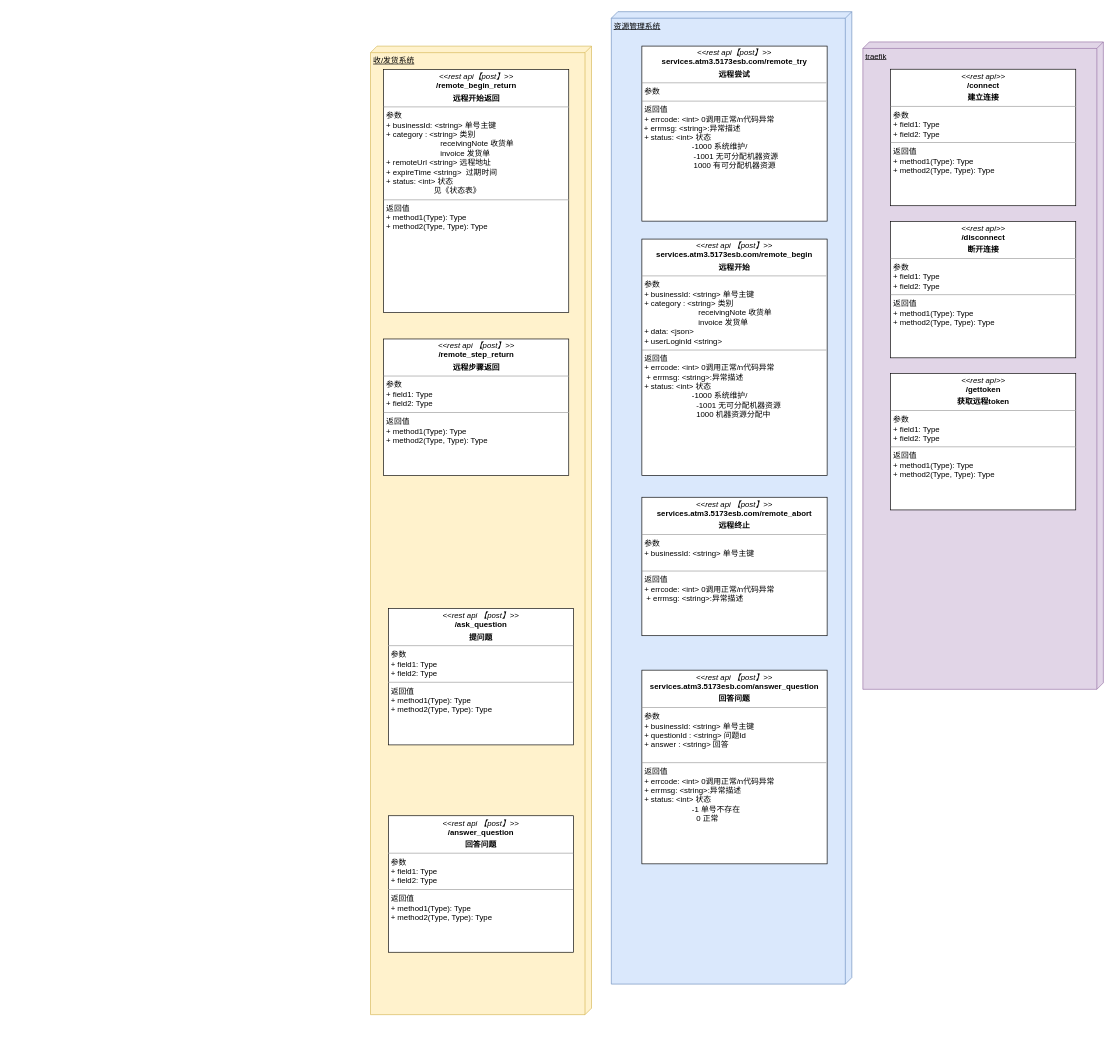
Above: 接口.drawio in yelisheng/atm-design (draw.io), before the change. Source tidied: cells renumbered, new cells numbered last; positions are measured from the earlier drawing's top-left corner, leaving out a move shared by most shapes. Both pictures are drawn from the tidied source at 65%, with x=0, y=0 at pixel (370, 12).
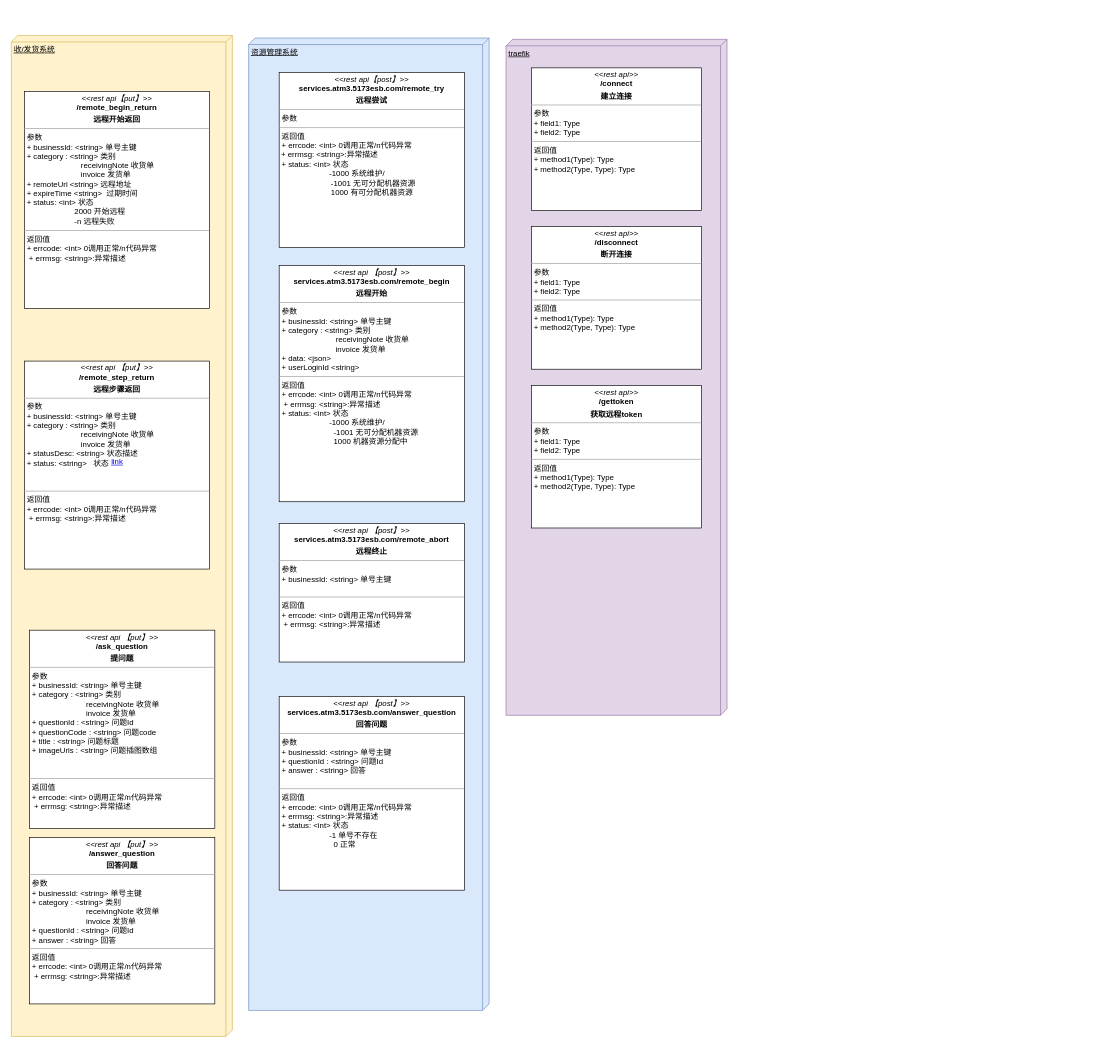
The same page after the edit.

What changed in the source:
```diff
@@
     <mxCell id="5" style="group;" parent="1" vertex="1">
-      <mxGeometry x="0.5" y="52.5" width="340" height="1490" as="geometry" />
+      <mxGeometry x="-552" y="86" width="340" height="1490" as="geometry" />
     </mxCell>
     <mxCell id="6" value="收/发货系统" style="verticalAlign=top;align=left;spacingTop=8;spacingLeft=2;spacingRight=12;shape=cube;size=10;direction=south;fontStyle=4;html=1;fillColor=#fff2cc;strokeColor=#d6b656;" parent="5" vertex="1">
-      <mxGeometry width="340" height="1490" as="geometry" />
+      <mxGeometry y="-50" width="340" height="1540" as="geometry" />
     </mxCell>
-    <mxCell id="7" value="&lt;p style=&quot;margin: 0px ; margin-top: 4px ; text-align: center&quot;&gt;&lt;i&gt;&amp;lt;&amp;lt;rest api【post】&amp;gt;&amp;gt;&lt;/i&gt;&lt;br&gt;&lt;b&gt;/remote_begin_return&lt;/b&gt;&lt;/p&gt;&lt;p style=&quot;margin: 0px ; margin-top: 4px ; text-align: center&quot;&gt;&lt;b&gt;远程开始返回&lt;/b&gt;&lt;/p&gt;&lt;hr size=&quot;1&quot;&gt;&lt;p style=&quot;margin: 0px ; margin-left: 4px&quot;&gt;参数&lt;/p&gt;&lt;p style=&quot;margin: 0px 0px 0px 4px&quot;&gt;+ businessId: &amp;lt;string&amp;gt; 单号主键&lt;/p&gt;&lt;p style=&quot;margin: 0px 0px 0px 4px&quot;&gt;+ category : &amp;lt;string&amp;gt; 类别&amp;nbsp;&lt;/p&gt;&lt;p style=&quot;margin: 0px 0px 0px 4px&quot;&gt;&amp;nbsp; &amp;nbsp; &amp;nbsp; &amp;nbsp; &amp;nbsp; &amp;nbsp; &amp;nbsp; &amp;nbsp; &amp;nbsp; &amp;nbsp; &amp;nbsp; &amp;nbsp; &amp;nbsp;receivingNote 收货单&lt;/p&gt;&lt;p style=&quot;margin: 0px 0px 0px 4px&quot;&gt;&amp;nbsp; &amp;nbsp; &amp;nbsp; &amp;nbsp; &amp;nbsp; &amp;nbsp; &amp;nbsp; &amp;nbsp; &amp;nbsp; &amp;nbsp; &amp;nbsp; &amp;nbsp; &amp;nbsp;invoice 发货单&lt;/p&gt;&lt;p style=&quot;margin: 0px 0px 0px 4px&quot;&gt;+ remoteUrl &amp;lt;string&amp;gt; 远程地址&lt;/p&gt;&lt;p style=&quot;margin: 0px 0px 0px 4px&quot;&gt;+ expireTime &amp;lt;string&amp;gt;&amp;nbsp; 过期时间&lt;/p&gt;&lt;p style=&quot;margin: 0px 0px 0px 4px&quot;&gt;+ status:&lt;span&gt;&amp;nbsp;&lt;/span&gt;&lt;span&gt;&amp;lt;int&amp;gt; 状态&amp;nbsp;&lt;/span&gt;&lt;/p&gt;&lt;p style=&quot;margin: 0px 0px 0px 4px&quot;&gt;&amp;nbsp; &amp;nbsp; &amp;nbsp; &amp;nbsp; &amp;nbsp; &amp;nbsp; &amp;nbsp; &amp;nbsp; &amp;nbsp; &amp;nbsp; &amp;nbsp; 见《状态表》&lt;/p&gt;&lt;hr size=&quot;1&quot;&gt;&lt;p style=&quot;margin: 0px ; margin-left: 4px&quot;&gt;返回值&lt;/p&gt;&lt;p style=&quot;margin: 0px ; margin-left: 4px&quot;&gt;+ method1(Type): Type&lt;br&gt;+ method2(Type, Type): Type&lt;/p&gt;" style="verticalAlign=top;align=left;overflow=fill;fontSize=12;fontFamily=Helvetica;html=1;" parent="5" vertex="1">
-      <mxGeometry x="20" y="36" width="285" height="374" as="geometry" />
+    <mxCell id="7" value="&lt;p style=&quot;margin: 0px ; margin-top: 4px ; text-align: center&quot;&gt;&lt;i&gt;&amp;lt;&amp;lt;rest api【put】&amp;gt;&amp;gt;&lt;/i&gt;&lt;br&gt;&lt;b&gt;/remote_begin_return&lt;/b&gt;&lt;/p&gt;&lt;p style=&quot;margin: 0px ; margin-top: 4px ; text-align: center&quot;&gt;&lt;b&gt;远程开始返回&lt;/b&gt;&lt;/p&gt;&lt;hr size=&quot;1&quot;&gt;&lt;p style=&quot;margin: 0px ; margin-left: 4px&quot;&gt;参数&lt;/p&gt;&lt;p style=&quot;margin: 0px 0px 0px 4px&quot;&gt;+ businessId: &amp;lt;string&amp;gt; 单号主键&lt;/p&gt;&lt;p style=&quot;margin: 0px 0px 0px 4px&quot;&gt;+ category : &amp;lt;string&amp;gt; 类别&amp;nbsp;&lt;/p&gt;&lt;p style=&quot;margin: 0px 0px 0px 4px&quot;&gt;&amp;nbsp; &amp;nbsp; &amp;nbsp; &amp;nbsp; &amp;nbsp; &amp;nbsp; &amp;nbsp; &amp;nbsp; &amp;nbsp; &amp;nbsp; &amp;nbsp; &amp;nbsp; &amp;nbsp;receivingNote 收货单&lt;/p&gt;&lt;p style=&quot;margin: 0px 0px 0px 4px&quot;&gt;&amp;nbsp; &amp;nbsp; &amp;nbsp; &amp;nbsp; &amp;nbsp; &amp;nbsp; &amp;nbsp; &amp;nbsp; &amp;nbsp; &amp;nbsp; &amp;nbsp; &amp;nbsp; &amp;nbsp;invoice 发货单&lt;/p&gt;&lt;p style=&quot;margin: 0px 0px 0px 4px&quot;&gt;+ remoteUrl &amp;lt;string&amp;gt; 远程地址&lt;/p&gt;&lt;p style=&quot;margin: 0px 0px 0px 4px&quot;&gt;+ expireTime &amp;lt;string&amp;gt;&amp;nbsp; 过期时间&lt;/p&gt;&lt;p style=&quot;margin: 0px 0px 0px 4px&quot;&gt;+ status:&lt;span&gt;&amp;nbsp;&lt;/span&gt;&lt;span&gt;&amp;lt;int&amp;gt; 状态&amp;nbsp;&lt;/span&gt;&lt;/p&gt;&lt;p style=&quot;margin: 0px 0px 0px 4px&quot;&gt;&lt;span style=&quot;font-family: , , &amp;#34;pingfang sc&amp;#34; , &amp;#34;helvetica&amp;#34; , &amp;#34;tahoma&amp;#34; , &amp;#34;arial&amp;#34; , &amp;#34;hiragino sans gb&amp;#34; , &amp;#34;microsoft yahei&amp;#34; , &amp;#34;simsun&amp;#34; , &amp;#34;heiti&amp;#34; , sans-serif ; white-space: pre-wrap ; background-color: rgb(255 , 255 , 255)&quot;&gt;                      2000 开始远程&lt;/span&gt;&lt;span&gt;&lt;br&gt;&lt;/span&gt;&lt;/p&gt;&lt;p style=&quot;margin: 0px 0px 0px 4px&quot;&gt;&amp;nbsp; &amp;nbsp; &amp;nbsp; &amp;nbsp; &amp;nbsp; &amp;nbsp; &amp;nbsp; &amp;nbsp; &amp;nbsp; &amp;nbsp; &amp;nbsp; -n 远程失败&lt;/p&gt;&lt;hr size=&quot;1&quot;&gt;&lt;p style=&quot;margin: 0px ; margin-left: 4px&quot;&gt;返回值&lt;/p&gt;&lt;p style=&quot;margin: 0px 0px 0px 4px&quot;&gt;+ errcode: &amp;lt;int&amp;gt; 0调用正常/n代码异常&amp;nbsp;&lt;/p&gt;&lt;p style=&quot;margin: 0px ; margin-left: 4px&quot;&gt;&amp;nbsp;+&amp;nbsp;errmsg: &amp;lt;string&amp;gt;:异常描述&lt;br&gt;&lt;/p&gt;" style="verticalAlign=top;align=left;overflow=fill;fontSize=12;fontFamily=Helvetica;html=1;" parent="5" vertex="1">
+      <mxGeometry x="20" y="36" width="285" height="334" as="geometry" />
     </mxCell>
-    <mxCell id="8" value="&lt;p style=&quot;margin: 0px ; margin-top: 4px ; text-align: center&quot;&gt;&lt;i&gt;&amp;lt;&amp;lt;rest api 【post】&amp;gt;&amp;gt;&lt;/i&gt;&lt;br&gt;&lt;b&gt;/remote_step_return&lt;/b&gt;&lt;/p&gt;&lt;p style=&quot;margin: 0px ; margin-top: 4px ; text-align: center&quot;&gt;&lt;b&gt;远程步骤返回&lt;/b&gt;&lt;/p&gt;&lt;hr size=&quot;1&quot;&gt;&lt;p style=&quot;margin: 0px ; margin-left: 4px&quot;&gt;参数&lt;/p&gt;&lt;p style=&quot;margin: 0px ; margin-left: 4px&quot;&gt;+ field1: Type&lt;br&gt;+ field2: Type&lt;/p&gt;&lt;hr size=&quot;1&quot;&gt;&lt;p style=&quot;margin: 0px ; margin-left: 4px&quot;&gt;返回值&lt;/p&gt;&lt;p style=&quot;margin: 0px ; margin-left: 4px&quot;&gt;+ method1(Type): Type&lt;br&gt;+ method2(Type, Type): Type&lt;/p&gt;" style="verticalAlign=top;align=left;overflow=fill;fontSize=12;fontFamily=Helvetica;html=1;" parent="5" vertex="1">
-      <mxGeometry x="20" y="450.5" width="285" height="210" as="geometry" />
+    <mxCell id="8" value="&lt;p style=&quot;margin: 0px ; margin-top: 4px ; text-align: center&quot;&gt;&lt;i&gt;&amp;lt;&amp;lt;rest api 【put】&amp;gt;&amp;gt;&lt;/i&gt;&lt;br&gt;&lt;b&gt;/remote_step_return&lt;/b&gt;&lt;/p&gt;&lt;p style=&quot;margin: 0px ; margin-top: 4px ; text-align: center&quot;&gt;&lt;b&gt;远程步骤返回&lt;/b&gt;&lt;/p&gt;&lt;hr size=&quot;1&quot;&gt;&lt;p style=&quot;margin: 0px ; margin-left: 4px&quot;&gt;参数&lt;/p&gt;&lt;p style=&quot;margin: 0px 0px 0px 4px&quot;&gt;+ businessId: &amp;lt;string&amp;gt; 单号主键&lt;/p&gt;&lt;p style=&quot;margin: 0px 0px 0px 4px&quot;&gt;+ category : &amp;lt;string&amp;gt; 类别&amp;nbsp;&lt;/p&gt;&lt;p style=&quot;margin: 0px 0px 0px 4px&quot;&gt;&amp;nbsp; &amp;nbsp; &amp;nbsp; &amp;nbsp; &amp;nbsp; &amp;nbsp; &amp;nbsp; &amp;nbsp; &amp;nbsp; &amp;nbsp; &amp;nbsp; &amp;nbsp; &amp;nbsp;receivingNote 收货单&lt;/p&gt;&lt;p style=&quot;margin: 0px 0px 0px 4px&quot;&gt;&amp;nbsp; &amp;nbsp; &amp;nbsp; &amp;nbsp; &amp;nbsp; &amp;nbsp; &amp;nbsp; &amp;nbsp; &amp;nbsp; &amp;nbsp; &amp;nbsp; &amp;nbsp; &amp;nbsp;invoice 发货单&lt;/p&gt;&lt;p style=&quot;margin: 0px 0px 0px 4px&quot;&gt;+ statusDesc: &amp;lt;string&amp;gt; 状态描述&lt;/p&gt;&lt;p style=&quot;margin: 0px 0px 0px 4px&quot;&gt;+ status: &amp;lt;string&amp;gt;&amp;nbsp; &amp;nbsp;状态&lt;/p&gt;&lt;p style=&quot;margin: 0px 0px 0px 4px&quot;&gt;&amp;nbsp; &amp;nbsp; &amp;nbsp; &amp;nbsp; &amp;nbsp; &amp;nbsp; &amp;nbsp; &amp;nbsp;&lt;/p&gt;&lt;p style=&quot;margin: 0px 0px 0px 4px&quot;&gt;&amp;nbsp; &amp;nbsp; &amp;nbsp; &amp;nbsp; &amp;nbsp; &amp;nbsp; &amp;nbsp; &amp;nbsp;&lt;/p&gt;&lt;hr size=&quot;1&quot;&gt;&lt;p style=&quot;margin: 0px ; margin-left: 4px&quot;&gt;返回值&lt;/p&gt;&lt;p style=&quot;margin: 0px 0px 0px 4px&quot;&gt;+ errcode: &amp;lt;int&amp;gt; 0调用正常/n代码异常&amp;nbsp;&lt;/p&gt;&lt;p style=&quot;margin: 0px 0px 0px 4px&quot;&gt;&amp;nbsp;+&amp;nbsp;errmsg: &amp;lt;string&amp;gt;:异常描述&lt;/p&gt;" style="verticalAlign=top;align=left;overflow=fill;fontSize=12;fontFamily=Helvetica;html=1;" parent="5" vertex="1">
+      <mxGeometry x="20" y="451" width="285" height="320" as="geometry" />
     </mxCell>
-    <mxCell id="9" value="&lt;p style=&quot;margin: 0px ; margin-top: 4px ; text-align: center&quot;&gt;&lt;i&gt;&amp;lt;&amp;lt;rest api 【post】&amp;gt;&amp;gt;&lt;/i&gt;&lt;br&gt;&lt;b&gt;/ask_question&lt;/b&gt;&lt;/p&gt;&lt;p style=&quot;margin: 0px ; margin-top: 4px ; text-align: center&quot;&gt;&lt;b&gt;提问题&lt;/b&gt;&lt;/p&gt;&lt;hr size=&quot;1&quot;&gt;&lt;p style=&quot;margin: 0px ; margin-left: 4px&quot;&gt;参数&lt;/p&gt;&lt;p style=&quot;margin: 0px ; margin-left: 4px&quot;&gt;+ field1: Type&lt;br&gt;+ field2: Type&lt;/p&gt;&lt;hr size=&quot;1&quot;&gt;&lt;p style=&quot;margin: 0px ; margin-left: 4px&quot;&gt;返回值&lt;/p&gt;&lt;p style=&quot;margin: 0px ; margin-left: 4px&quot;&gt;+ method1(Type): Type&lt;br&gt;+ method2(Type, Type): Type&lt;/p&gt;" style="verticalAlign=top;align=left;overflow=fill;fontSize=12;fontFamily=Helvetica;html=1;" parent="5" vertex="1">
-      <mxGeometry x="27.5" y="865" width="285" height="210" as="geometry" />
+    <mxCell id="9" value="&lt;p style=&quot;margin: 0px ; margin-top: 4px ; text-align: center&quot;&gt;&lt;i&gt;&amp;lt;&amp;lt;rest api 【put】&amp;gt;&amp;gt;&lt;/i&gt;&lt;br&gt;&lt;b&gt;/ask_question&lt;/b&gt;&lt;/p&gt;&lt;p style=&quot;margin: 0px ; margin-top: 4px ; text-align: center&quot;&gt;&lt;b&gt;提问题&lt;/b&gt;&lt;/p&gt;&lt;hr size=&quot;1&quot;&gt;&lt;p style=&quot;margin: 0px ; margin-left: 4px&quot;&gt;参数&lt;/p&gt;&lt;p style=&quot;margin: 0px 0px 0px 4px&quot;&gt;+ businessId: &amp;lt;string&amp;gt; 单号主键&lt;/p&gt;&lt;p style=&quot;margin: 0px 0px 0px 4px&quot;&gt;+ category : &amp;lt;string&amp;gt; 类别&amp;nbsp;&lt;/p&gt;&lt;p style=&quot;margin: 0px 0px 0px 4px&quot;&gt;&amp;nbsp; &amp;nbsp; &amp;nbsp; &amp;nbsp; &amp;nbsp; &amp;nbsp; &amp;nbsp; &amp;nbsp; &amp;nbsp; &amp;nbsp; &amp;nbsp; &amp;nbsp; &amp;nbsp;receivingNote 收货单&lt;/p&gt;&lt;p style=&quot;margin: 0px 0px 0px 4px&quot;&gt;&amp;nbsp; &amp;nbsp; &amp;nbsp; &amp;nbsp; &amp;nbsp; &amp;nbsp; &amp;nbsp; &amp;nbsp; &amp;nbsp; &amp;nbsp; &amp;nbsp; &amp;nbsp; &amp;nbsp;invoice 发货单&lt;/p&gt;&lt;p style=&quot;margin: 0px 0px 0px 4px&quot;&gt;+ questionId : &amp;lt;string&amp;gt; 问题Id&amp;nbsp;&lt;br&gt;&lt;/p&gt;&lt;p style=&quot;margin: 0px 0px 0px 4px&quot;&gt;+ questionCode : &amp;lt;string&amp;gt; 问题code&lt;/p&gt;&lt;p style=&quot;margin: 0px 0px 0px 4px&quot;&gt;+ title : &amp;lt;string&amp;gt; 问题标题&lt;/p&gt;&lt;p style=&quot;margin: 0px 0px 0px 4px&quot;&gt;+ imageUrls : &amp;lt;string&amp;gt; 问题插图数组&lt;/p&gt;&lt;p style=&quot;margin: 0px 0px 0px 4px&quot;&gt;&amp;nbsp;&lt;br&gt;&lt;/p&gt;&lt;p style=&quot;margin: 0px ; margin-left: 4px&quot;&gt;&lt;br&gt;&lt;/p&gt;&lt;hr size=&quot;1&quot;&gt;&lt;p style=&quot;margin: 0px 0px 0px 4px&quot;&gt;返回值&lt;/p&gt;&lt;p style=&quot;margin: 0px 0px 0px 4px&quot;&gt;+ errcode: &amp;lt;int&amp;gt; 0调用正常/n代码异常&amp;nbsp;&lt;/p&gt;&lt;p style=&quot;margin: 0px 0px 0px 4px&quot;&gt;&amp;nbsp;+&amp;nbsp;errmsg: &amp;lt;string&amp;gt;:异常描述&lt;/p&gt;" style="verticalAlign=top;align=left;overflow=fill;fontSize=12;fontFamily=Helvetica;html=1;" parent="5" vertex="1">
+      <mxGeometry x="28" y="865" width="285" height="305" as="geometry" />
     </mxCell>
-    <mxCell id="10" value="&lt;p style=&quot;margin: 0px ; margin-top: 4px ; text-align: center&quot;&gt;&lt;i&gt;&amp;lt;&amp;lt;rest api 【post】&amp;gt;&amp;gt;&lt;/i&gt;&lt;br&gt;&lt;b&gt;/answer_question&lt;/b&gt;&lt;/p&gt;&lt;p style=&quot;margin: 0px ; margin-top: 4px ; text-align: center&quot;&gt;&lt;b&gt;回答问题&lt;/b&gt;&lt;/p&gt;&lt;hr size=&quot;1&quot;&gt;&lt;p style=&quot;margin: 0px ; margin-left: 4px&quot;&gt;参数&lt;/p&gt;&lt;p style=&quot;margin: 0px ; margin-left: 4px&quot;&gt;+ field1: Type&lt;br&gt;+ field2: Type&lt;/p&gt;&lt;hr size=&quot;1&quot;&gt;&lt;p style=&quot;margin: 0px ; margin-left: 4px&quot;&gt;返回值&lt;/p&gt;&lt;p style=&quot;margin: 0px ; margin-left: 4px&quot;&gt;+ method1(Type): Type&lt;br&gt;+ method2(Type, Type): Type&lt;/p&gt;" style="verticalAlign=top;align=left;overflow=fill;fontSize=12;fontFamily=Helvetica;html=1;" parent="5" vertex="1">
-      <mxGeometry x="27.5" y="1184" width="285" height="210" as="geometry" />
+    <mxCell id="10" value="&lt;p style=&quot;margin: 0px ; margin-top: 4px ; text-align: center&quot;&gt;&lt;i&gt;&amp;lt;&amp;lt;rest api 【put】&amp;gt;&amp;gt;&lt;/i&gt;&lt;br&gt;&lt;b&gt;/answer_question&lt;/b&gt;&lt;/p&gt;&lt;p style=&quot;margin: 0px ; margin-top: 4px ; text-align: center&quot;&gt;&lt;b&gt;回答问题&lt;/b&gt;&lt;/p&gt;&lt;hr size=&quot;1&quot;&gt;&lt;p style=&quot;margin: 0px 0px 0px 4px&quot;&gt;参数&lt;/p&gt;&lt;p style=&quot;margin: 0px 0px 0px 4px&quot;&gt;+ businessId: &amp;lt;string&amp;gt; 单号主键&lt;/p&gt;&lt;p style=&quot;margin: 0px 0px 0px 4px&quot;&gt;+ category : &amp;lt;string&amp;gt; 类别&amp;nbsp;&lt;/p&gt;&lt;p style=&quot;margin: 0px 0px 0px 4px&quot;&gt;&amp;nbsp; &amp;nbsp; &amp;nbsp; &amp;nbsp; &amp;nbsp; &amp;nbsp; &amp;nbsp; &amp;nbsp; &amp;nbsp; &amp;nbsp; &amp;nbsp; &amp;nbsp; &amp;nbsp;receivingNote 收货单&lt;/p&gt;&lt;p style=&quot;margin: 0px 0px 0px 4px&quot;&gt;&amp;nbsp; &amp;nbsp; &amp;nbsp; &amp;nbsp; &amp;nbsp; &amp;nbsp; &amp;nbsp; &amp;nbsp; &amp;nbsp; &amp;nbsp; &amp;nbsp; &amp;nbsp; &amp;nbsp;invoice 发货单&lt;/p&gt;&lt;p style=&quot;margin: 0px 0px 0px 4px&quot;&gt;+ questionId : &amp;lt;string&amp;gt; 问题Id&amp;nbsp;&lt;/p&gt;&lt;p style=&quot;margin: 0px 0px 0px 4px&quot;&gt;+ answer : &amp;lt;string&amp;gt; 回答&lt;/p&gt;&lt;hr size=&quot;1&quot;&gt;&lt;p style=&quot;margin: 0px 0px 0px 4px&quot;&gt;返回值&lt;/p&gt;&lt;p style=&quot;margin: 0px 0px 0px 4px&quot;&gt;+ errcode: &amp;lt;int&amp;gt; 0调用正常/n代码异常&amp;nbsp;&lt;/p&gt;&lt;p style=&quot;margin: 0px 0px 0px 4px&quot;&gt;&amp;nbsp;+&amp;nbsp;errmsg: &amp;lt;string&amp;gt;:异常描述&lt;/p&gt;" style="verticalAlign=top;align=left;overflow=fill;fontSize=12;fontFamily=Helvetica;html=1;" parent="5" vertex="1">
+      <mxGeometry x="28" y="1184" width="285" height="256" as="geometry" />
     </mxCell>
+    <mxCell id="22" value="&lt;div style=&quot;text-align: left&quot;&gt;link&lt;/div&gt;" style="text;html=1;strokeColor=none;fillColor=none;whiteSpace=wrap;align=center;verticalAlign=middle;fontColor=#0000EE;fontStyle=4;" parent="5" vertex="1">
+      <mxGeometry x="132.5" y="586" width="60" height="40" as="geometry" />
+    </mxCell>
     <mxCell id="11" style="group;" parent="1" vertex="1">
-      <mxGeometry x="371" y="-0.5" width="370" height="1496" as="geometry" />
+      <mxGeometry x="-187" y="40" width="370" height="1496" as="geometry" />
     </mxCell>
@@
     <mxCell id="17" style="group;" parent="1" vertex="1">
-      <mxGeometry x="758" y="46" width="370" height="996" as="geometry" />
+      <mxGeometry x="209" y="42" width="340" height="1040" as="geometry" />
     </mxCell>
     <mxCell id="18" value="traefik" style="verticalAlign=top;align=left;spacingTop=8;spacingLeft=2;spacingRight=12;shape=cube;size=10;direction=south;fontStyle=4;html=1;fillColor=#e1d5e7;strokeColor=#9673a6;" parent="17" vertex="1">
-      <mxGeometry width="370" height="996" as="geometry" />
+      <mxGeometry width="340" height="1040" as="geometry" />
     </mxCell>
     <mxCell id="19" value="&lt;p style=&quot;margin: 0px ; margin-top: 4px ; text-align: center&quot;&gt;&lt;i&gt;&amp;lt;&amp;lt;rest api&amp;gt;&amp;gt;&lt;/i&gt;&lt;br&gt;&lt;b&gt;/connect&lt;/b&gt;&lt;/p&gt;&lt;p style=&quot;margin: 0px ; margin-top: 4px ; text-align: center&quot;&gt;&lt;b&gt;建立连接&lt;/b&gt;&lt;/p&gt;&lt;hr size=&quot;1&quot;&gt;&lt;p style=&quot;margin: 0px ; margin-left: 4px&quot;&gt;参数&lt;/p&gt;&lt;p style=&quot;margin: 0px ; margin-left: 4px&quot;&gt;+ field1: Type&lt;br&gt;+ field2: Type&lt;/p&gt;&lt;hr size=&quot;1&quot;&gt;&lt;p style=&quot;margin: 0px ; margin-left: 4px&quot;&gt;返回值&lt;/p&gt;&lt;p style=&quot;margin: 0px ; margin-left: 4px&quot;&gt;+ method1(Type): Type&lt;br&gt;+ method2(Type, Type): Type&lt;/p&gt;" style="verticalAlign=top;align=left;overflow=fill;fontSize=12;fontFamily=Helvetica;html=1;" parent="17" vertex="1">
-      <mxGeometry x="42.5" y="42" width="285" height="210" as="geometry" />
+      <mxGeometry x="39.1" y="43.9" width="261.9" height="219.3" as="geometry" />
     </mxCell>
     <mxCell id="20" value="&lt;p style=&quot;margin: 0px ; margin-top: 4px ; text-align: center&quot;&gt;&lt;i&gt;&amp;lt;&amp;lt;rest api&amp;gt;&amp;gt;&lt;/i&gt;&lt;br&gt;&lt;b&gt;/disconnect&lt;/b&gt;&lt;/p&gt;&lt;p style=&quot;margin: 0px ; margin-top: 4px ; text-align: center&quot;&gt;&lt;b&gt;断开连接&lt;/b&gt;&lt;/p&gt;&lt;hr size=&quot;1&quot;&gt;&lt;p style=&quot;margin: 0px ; margin-left: 4px&quot;&gt;参数&lt;/p&gt;&lt;p style=&quot;margin: 0px ; margin-left: 4px&quot;&gt;+ field1: Type&lt;br&gt;+ field2: Type&lt;/p&gt;&lt;hr size=&quot;1&quot;&gt;&lt;p style=&quot;margin: 0px ; margin-left: 4px&quot;&gt;返回值&lt;/p&gt;&lt;p style=&quot;margin: 0px ; margin-left: 4px&quot;&gt;+ method1(Type): Type&lt;br&gt;+ method2(Type, Type): Type&lt;/p&gt;" style="verticalAlign=top;align=left;overflow=fill;fontSize=12;fontFamily=Helvetica;html=1;" parent="17" vertex="1">
-      <mxGeometry x="42.5" y="276" width="285" height="210" as="geometry" />
+      <mxGeometry x="39.1" y="288.2" width="261.9" height="219.3" as="geometry" />
     </mxCell>
     <mxCell id="21" value="&lt;p style=&quot;margin: 0px ; margin-top: 4px ; text-align: center&quot;&gt;&lt;i&gt;&amp;lt;&amp;lt;rest api&amp;gt;&amp;gt;&lt;/i&gt;&lt;br&gt;&lt;b&gt;/gettoken&lt;/b&gt;&lt;/p&gt;&lt;p style=&quot;margin: 0px ; margin-top: 4px ; text-align: center&quot;&gt;&lt;b&gt;获取远程token&lt;/b&gt;&lt;/p&gt;&lt;hr size=&quot;1&quot;&gt;&lt;p style=&quot;margin: 0px ; margin-left: 4px&quot;&gt;参数&lt;/p&gt;&lt;p style=&quot;margin: 0px ; margin-left: 4px&quot;&gt;+ field1: Type&lt;br&gt;+ field2: Type&lt;/p&gt;&lt;hr size=&quot;1&quot;&gt;&lt;p style=&quot;margin: 0px ; margin-left: 4px&quot;&gt;返回值&lt;/p&gt;&lt;p style=&quot;margin: 0px ; margin-left: 4px&quot;&gt;+ method1(Type): Type&lt;br&gt;+ method2(Type, Type): Type&lt;/p&gt;" style="verticalAlign=top;align=left;overflow=fill;fontSize=12;fontFamily=Helvetica;html=1;" parent="17" vertex="1">
-      <mxGeometry x="42.5" y="510" width="285" height="210" as="geometry" />
+      <mxGeometry x="39.1" y="532.5" width="261.9" height="219.3" as="geometry" />
     </mxCell>
```
